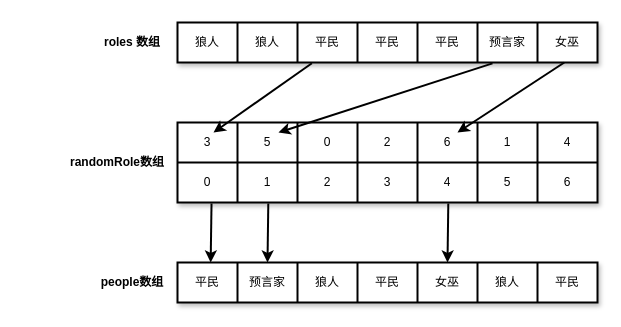
Before: others/wolf-game.drawio in suenchunyu/diagrams, a draw.io diagram. Source tidied: cells renumbered, new cells numbered last; positions are measured from the earlier drawing's top-left corner, leaving out a move shared by most shapes. Both pictures are drawn from the tidied source at 100%, with x=0, y=0 at pixel (67, 22).
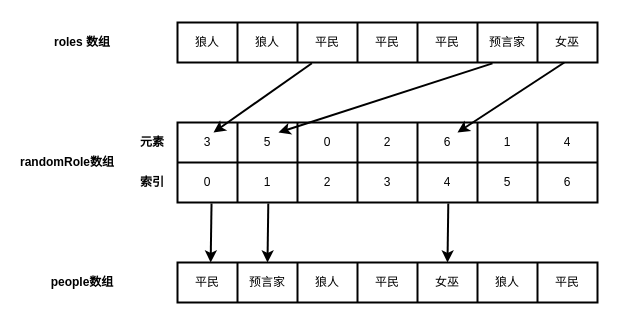
The same diagram, later.

The edit, as a diff of the source:
```diff
@@
-    <mxCell id="2" value="roles 数组" style="text;html=1;strokeColor=none;align=center;verticalAlign=middle;whiteSpace=wrap;rounded=0;strokeWidth=2;shadow=1;fontStyle=1;" parent="1" vertex="1">
-      <mxGeometry x="30" y="10" width="70" height="20" as="geometry" />
+    <mxCell id="2" value="roles 数组" style="text;html=1;strokeColor=none;align=center;verticalAlign=middle;whiteSpace=wrap;rounded=0;strokeWidth=2;shadow=0;fontStyle=1;" parent="1" vertex="1">
+      <mxGeometry x="-20" y="10" width="70" height="20" as="geometry" />
     </mxCell>
-    <mxCell id="3" style="shape=table;html=1;whiteSpace=wrap;startSize=0;childLayout=tableLayout;strokeWidth=2;shadow=1;" parent="1" vertex="1">
+    <mxCell id="3" style="shape=table;html=1;whiteSpace=wrap;startSize=0;childLayout=tableLayout;strokeWidth=2;shadow=0;" parent="1" vertex="1">
       <mxGeometry x="110" width="420" height="40" as="geometry" />
     </mxCell>
-    <mxCell id="4" style="shape=partialRectangle;html=1;whiteSpace=wrap;fillColor=none;top=0;left=0;bottom=0;right=0;points=[[0,0.5],[1,0.5]];portConstraint=eastwest;strokeWidth=2;shadow=1;" parent="3" vertex="1">
+    <mxCell id="4" style="shape=partialRectangle;html=1;whiteSpace=wrap;fillColor=none;top=0;left=0;bottom=0;right=0;points=[[0,0.5],[1,0.5]];portConstraint=eastwest;strokeWidth=2;shadow=0;" parent="3" vertex="1">
       <mxGeometry width="420" height="40" as="geometry" />
     </mxCell>
-    <mxCell id="5" value="狼人" style="shape=partialRectangle;html=1;whiteSpace=wrap;fillColor=none;top=0;left=0;bottom=0;right=0;overflow=hidden;strokeWidth=2;shadow=1;" parent="4" vertex="1">
+    <mxCell id="5" value="狼人" style="shape=partialRectangle;html=1;whiteSpace=wrap;fillColor=none;top=0;left=0;bottom=0;right=0;overflow=hidden;strokeWidth=2;shadow=0;" parent="4" vertex="1">
       <mxGeometry width="60" height="40" as="geometry" />
     </mxCell>
-    <mxCell id="6" value="狼人" style="shape=partialRectangle;html=1;whiteSpace=wrap;fillColor=none;top=0;left=0;bottom=0;right=0;overflow=hidden;strokeWidth=2;shadow=1;" parent="4" vertex="1">
+    <mxCell id="6" value="狼人" style="shape=partialRectangle;html=1;whiteSpace=wrap;fillColor=none;top=0;left=0;bottom=0;right=0;overflow=hidden;strokeWidth=2;shadow=0;" parent="4" vertex="1">
       <mxGeometry x="60" width="60" height="40" as="geometry" />
     </mxCell>
-    <mxCell id="7" value="平民" style="shape=partialRectangle;html=1;whiteSpace=wrap;fillColor=none;top=0;left=0;bottom=0;right=0;overflow=hidden;strokeWidth=2;shadow=1;" parent="4" vertex="1">
+    <mxCell id="7" value="平民" style="shape=partialRectangle;html=1;whiteSpace=wrap;fillColor=none;top=0;left=0;bottom=0;right=0;overflow=hidden;strokeWidth=2;shadow=0;" parent="4" vertex="1">
       <mxGeometry x="120" width="60" height="40" as="geometry" />
     </mxCell>
-    <mxCell id="8" value="平民" style="shape=partialRectangle;html=1;whiteSpace=wrap;fillColor=none;top=0;left=0;bottom=0;right=0;overflow=hidden;strokeWidth=2;shadow=1;" parent="4" vertex="1">
+    <mxCell id="8" value="平民" style="shape=partialRectangle;html=1;whiteSpace=wrap;fillColor=none;top=0;left=0;bottom=0;right=0;overflow=hidden;strokeWidth=2;shadow=0;" parent="4" vertex="1">
       <mxGeometry x="180" width="60" height="40" as="geometry" />
     </mxCell>
-    <mxCell id="9" value="平民" style="shape=partialRectangle;html=1;whiteSpace=wrap;fillColor=none;top=0;left=0;bottom=0;right=0;overflow=hidden;strokeWidth=2;shadow=1;" parent="4" vertex="1">
+    <mxCell id="9" value="平民" style="shape=partialRectangle;html=1;whiteSpace=wrap;fillColor=none;top=0;left=0;bottom=0;right=0;overflow=hidden;strokeWidth=2;shadow=0;" parent="4" vertex="1">
       <mxGeometry x="240" width="60" height="40" as="geometry" />
     </mxCell>
-    <mxCell id="10" value="预言家" style="shape=partialRectangle;html=1;whiteSpace=wrap;fillColor=none;top=0;left=0;bottom=0;right=0;overflow=hidden;strokeWidth=2;shadow=1;" parent="4" vertex="1">
+    <mxCell id="10" value="预言家" style="shape=partialRectangle;html=1;whiteSpace=wrap;fillColor=none;top=0;left=0;bottom=0;right=0;overflow=hidden;strokeWidth=2;shadow=0;" parent="4" vertex="1">
       <mxGeometry x="300" width="60" height="40" as="geometry" />
     </mxCell>
-    <mxCell id="11" value="女巫" style="shape=partialRectangle;html=1;whiteSpace=wrap;fillColor=none;top=0;left=0;bottom=0;right=0;overflow=hidden;strokeWidth=2;shadow=1;" parent="4" vertex="1">
+    <mxCell id="11" value="女巫" style="shape=partialRectangle;html=1;whiteSpace=wrap;fillColor=none;top=0;left=0;bottom=0;right=0;overflow=hidden;strokeWidth=2;shadow=0;" parent="4" vertex="1">
       <mxGeometry x="360" width="60" height="40" as="geometry" />
     </mxCell>
-    <mxCell id="12" value="randomRole数组" style="text;html=1;strokeColor=none;align=center;verticalAlign=middle;whiteSpace=wrap;rounded=0;strokeWidth=2;shadow=1;fontStyle=1;" parent="1" vertex="1">
-      <mxGeometry y="130" width="100" height="20" as="geometry" />
+    <mxCell id="12" value="randomRole数组" style="text;html=1;strokeColor=none;align=center;verticalAlign=middle;whiteSpace=wrap;rounded=0;strokeWidth=2;shadow=0;fontStyle=1;" parent="1" vertex="1">
+      <mxGeometry x="-50" y="130" width="100" height="20" as="geometry" />
     </mxCell>
-    <mxCell id="13" style="shape=table;html=1;whiteSpace=wrap;startSize=0;childLayout=tableLayout;strokeWidth=2;shadow=1;" parent="1" vertex="1">
+    <mxCell id="13" style="shape=table;html=1;whiteSpace=wrap;startSize=0;childLayout=tableLayout;strokeWidth=2;shadow=0;" parent="1" vertex="1">
       <mxGeometry x="110" y="100" width="420" height="80" as="geometry" />
     </mxCell>
-    <mxCell id="14" style="shape=partialRectangle;html=1;whiteSpace=wrap;fillColor=none;top=0;left=0;bottom=0;right=0;strokeWidth=2;shadow=1;" parent="13" vertex="1">
+    <mxCell id="14" style="shape=partialRectangle;html=1;whiteSpace=wrap;fillColor=none;top=0;left=0;bottom=0;right=0;strokeWidth=2;shadow=0;" parent="13" vertex="1">
       <mxGeometry width="420" height="40" as="geometry" />
     </mxCell>
-    <mxCell id="15" value="3" style="shape=partialRectangle;html=1;whiteSpace=wrap;fillColor=none;top=0;left=0;bottom=0;right=0;overflow=hidden;strokeWidth=2;shadow=1;" parent="14" vertex="1">
+    <mxCell id="15" value="3" style="shape=partialRectangle;html=1;whiteSpace=wrap;fillColor=none;top=0;left=0;bottom=0;right=0;overflow=hidden;strokeWidth=2;shadow=0;" parent="14" vertex="1">
       <mxGeometry width="60" height="40" as="geometry" />
     </mxCell>
-    <mxCell id="16" value="5" style="shape=partialRectangle;html=1;whiteSpace=wrap;fillColor=none;top=0;left=0;bottom=0;right=0;overflow=hidden;strokeWidth=2;shadow=1;" parent="14" vertex="1">
+    <mxCell id="16" value="5" style="shape=partialRectangle;html=1;whiteSpace=wrap;fillColor=none;top=0;left=0;bottom=0;right=0;overflow=hidden;strokeWidth=2;shadow=0;" parent="14" vertex="1">
       <mxGeometry x="60" width="60" height="40" as="geometry" />
     </mxCell>
-    <mxCell id="17" value="0" style="shape=partialRectangle;html=1;whiteSpace=wrap;fillColor=none;top=0;left=0;bottom=0;right=0;overflow=hidden;strokeWidth=2;shadow=1;" parent="14" vertex="1">
+    <mxCell id="17" value="0" style="shape=partialRectangle;html=1;whiteSpace=wrap;fillColor=none;top=0;left=0;bottom=0;right=0;overflow=hidden;strokeWidth=2;shadow=0;" parent="14" vertex="1">
       <mxGeometry x="120" width="60" height="40" as="geometry" />
     </mxCell>
-    <mxCell id="18" value="2" style="shape=partialRectangle;html=1;whiteSpace=wrap;fillColor=none;top=0;left=0;bottom=0;right=0;overflow=hidden;strokeWidth=2;shadow=1;" parent="14" vertex="1">
+    <mxCell id="18" value="2" style="shape=partialRectangle;html=1;whiteSpace=wrap;fillColor=none;top=0;left=0;bottom=0;right=0;overflow=hidden;strokeWidth=2;shadow=0;" parent="14" vertex="1">
       <mxGeometry x="180" width="60" height="40" as="geometry" />
     </mxCell>
-    <mxCell id="19" value="6" style="shape=partialRectangle;html=1;whiteSpace=wrap;fillColor=none;top=0;left=0;bottom=0;right=0;overflow=hidden;strokeWidth=2;shadow=1;" parent="14" vertex="1">
+    <mxCell id="19" value="6" style="shape=partialRectangle;html=1;whiteSpace=wrap;fillColor=none;top=0;left=0;bottom=0;right=0;overflow=hidden;strokeWidth=2;shadow=0;" parent="14" vertex="1">
       <mxGeometry x="240" width="60" height="40" as="geometry" />
     </mxCell>
-    <mxCell id="20" value="1" style="shape=partialRectangle;html=1;whiteSpace=wrap;fillColor=none;top=0;left=0;bottom=0;right=0;overflow=hidden;strokeWidth=2;shadow=1;" parent="14" vertex="1">
+    <mxCell id="20" value="1" style="shape=partialRectangle;html=1;whiteSpace=wrap;fillColor=none;top=0;left=0;bottom=0;right=0;overflow=hidden;strokeWidth=2;shadow=0;" parent="14" vertex="1">
       <mxGeometry x="300" width="60" height="40" as="geometry" />
     </mxCell>
-    <mxCell id="21" value="4" style="shape=partialRectangle;html=1;whiteSpace=wrap;fillColor=none;top=0;left=0;bottom=0;right=0;overflow=hidden;strokeWidth=2;shadow=1;" parent="14" vertex="1">
+    <mxCell id="21" value="4" style="shape=partialRectangle;html=1;whiteSpace=wrap;fillColor=none;top=0;left=0;bottom=0;right=0;overflow=hidden;strokeWidth=2;shadow=0;" parent="14" vertex="1">
       <mxGeometry x="360" width="60" height="40" as="geometry" />
     </mxCell>
-    <mxCell id="22" style="shape=partialRectangle;html=1;whiteSpace=wrap;fillColor=none;top=0;left=0;bottom=0;right=0;points=[[0,0.5],[1,0.5]];portConstraint=eastwest;strokeWidth=2;shadow=1;" parent="13" vertex="1">
+    <mxCell id="22" style="shape=partialRectangle;html=1;whiteSpace=wrap;fillColor=none;top=0;left=0;bottom=0;right=0;points=[[0,0.5],[1,0.5]];portConstraint=eastwest;strokeWidth=2;shadow=0;" parent="13" vertex="1">
       <mxGeometry y="40" width="420" height="40" as="geometry" />
     </mxCell>
-    <mxCell id="23" value="0" style="shape=partialRectangle;html=1;whiteSpace=wrap;fillColor=none;top=0;left=0;bottom=0;right=0;overflow=hidden;strokeWidth=2;shadow=1;" parent="22" vertex="1">
+    <mxCell id="23" value="0" style="shape=partialRectangle;html=1;whiteSpace=wrap;fillColor=none;top=0;left=0;bottom=0;right=0;overflow=hidden;strokeWidth=2;shadow=0;" parent="22" vertex="1">
       <mxGeometry width="60" height="40" as="geometry" />
     </mxCell>
-    <mxCell id="24" value="1" style="shape=partialRectangle;html=1;whiteSpace=wrap;fillColor=none;top=0;left=0;bottom=0;right=0;overflow=hidden;strokeWidth=2;shadow=1;" parent="22" vertex="1">
+    <mxCell id="24" value="1" style="shape=partialRectangle;html=1;whiteSpace=wrap;fillColor=none;top=0;left=0;bottom=0;right=0;overflow=hidden;strokeWidth=2;shadow=0;" parent="22" vertex="1">
       <mxGeometry x="60" width="60" height="40" as="geometry" />
     </mxCell>
-    <mxCell id="25" value="2" style="shape=partialRectangle;html=1;whiteSpace=wrap;fillColor=none;top=0;left=0;bottom=0;right=0;overflow=hidden;strokeWidth=2;shadow=1;" parent="22" vertex="1">
+    <mxCell id="25" value="2" style="shape=partialRectangle;html=1;whiteSpace=wrap;fillColor=none;top=0;left=0;bottom=0;right=0;overflow=hidden;strokeWidth=2;shadow=0;" parent="22" vertex="1">
       <mxGeometry x="120" width="60" height="40" as="geometry" />
     </mxCell>
-    <mxCell id="26" value="3" style="shape=partialRectangle;html=1;whiteSpace=wrap;fillColor=none;top=0;left=0;bottom=0;right=0;overflow=hidden;strokeWidth=2;shadow=1;" parent="22" vertex="1">
+    <mxCell id="26" value="3" style="shape=partialRectangle;html=1;whiteSpace=wrap;fillColor=none;top=0;left=0;bottom=0;right=0;overflow=hidden;strokeWidth=2;shadow=0;" parent="22" vertex="1">
       <mxGeometry x="180" width="60" height="40" as="geometry" />
     </mxCell>
-    <mxCell id="27" value="4" style="shape=partialRectangle;html=1;whiteSpace=wrap;fillColor=none;top=0;left=0;bottom=0;right=0;overflow=hidden;strokeWidth=2;shadow=1;" parent="22" vertex="1">
+    <mxCell id="27" value="4" style="shape=partialRectangle;html=1;whiteSpace=wrap;fillColor=none;top=0;left=0;bottom=0;right=0;overflow=hidden;strokeWidth=2;shadow=0;" parent="22" vertex="1">
       <mxGeometry x="240" width="60" height="40" as="geometry" />
     </mxCell>
-    <mxCell id="28" value="5" style="shape=partialRectangle;html=1;whiteSpace=wrap;fillColor=none;top=0;left=0;bottom=0;right=0;overflow=hidden;strokeWidth=2;shadow=1;" parent="22" vertex="1">
+    <mxCell id="28" value="5" style="shape=partialRectangle;html=1;whiteSpace=wrap;fillColor=none;top=0;left=0;bottom=0;right=0;overflow=hidden;strokeWidth=2;shadow=0;" parent="22" vertex="1">
       <mxGeometry x="300" width="60" height="40" as="geometry" />
     </mxCell>
-    <mxCell id="29" value="6" style="shape=partialRectangle;html=1;whiteSpace=wrap;fillColor=none;top=0;left=0;bottom=0;right=0;overflow=hidden;strokeWidth=2;shadow=1;" parent="22" vertex="1">
+    <mxCell id="29" value="6" style="shape=partialRectangle;html=1;whiteSpace=wrap;fillColor=none;top=0;left=0;bottom=0;right=0;overflow=hidden;strokeWidth=2;shadow=0;" parent="22" vertex="1">
       <mxGeometry x="360" width="60" height="40" as="geometry" />
     </mxCell>
-    <mxCell id="30" style="shape=table;html=1;whiteSpace=wrap;startSize=0;childLayout=tableLayout;strokeWidth=2;shadow=1;" parent="1" vertex="1">
+    <mxCell id="30" style="shape=table;html=1;whiteSpace=wrap;startSize=0;childLayout=tableLayout;strokeWidth=2;shadow=0;" parent="1" vertex="1">
       <mxGeometry x="110" y="240" width="420" height="40" as="geometry" />
     </mxCell>
-    <mxCell id="31" style="shape=partialRectangle;html=1;whiteSpace=wrap;fillColor=none;top=0;left=0;bottom=0;right=0;points=[[0,0.5],[1,0.5]];portConstraint=eastwest;strokeWidth=2;shadow=1;" parent="30" vertex="1">
+    <mxCell id="31" style="shape=partialRectangle;html=1;whiteSpace=wrap;fillColor=none;top=0;left=0;bottom=0;right=0;points=[[0,0.5],[1,0.5]];portConstraint=eastwest;strokeWidth=2;shadow=0;" parent="30" vertex="1">
       <mxGeometry width="420" height="40" as="geometry" />
     </mxCell>
-    <mxCell id="32" value="平民" style="shape=partialRectangle;html=1;whiteSpace=wrap;fillColor=none;top=0;left=0;bottom=0;right=0;overflow=hidden;strokeWidth=2;shadow=1;" parent="31" vertex="1">
+    <mxCell id="32" value="平民" style="shape=partialRectangle;html=1;whiteSpace=wrap;fillColor=none;top=0;left=0;bottom=0;right=0;overflow=hidden;strokeWidth=2;shadow=0;" parent="31" vertex="1">
       <mxGeometry width="60" height="40" as="geometry" />
     </mxCell>
-    <mxCell id="33" value="预言家" style="shape=partialRectangle;html=1;whiteSpace=wrap;fillColor=none;top=0;left=0;bottom=0;right=0;overflow=hidden;strokeWidth=2;shadow=1;" parent="31" vertex="1">
+    <mxCell id="33" value="预言家" style="shape=partialRectangle;html=1;whiteSpace=wrap;fillColor=none;top=0;left=0;bottom=0;right=0;overflow=hidden;strokeWidth=2;shadow=0;" parent="31" vertex="1">
       <mxGeometry x="60" width="60" height="40" as="geometry" />
     </mxCell>
-    <mxCell id="34" value="狼人" style="shape=partialRectangle;html=1;whiteSpace=wrap;fillColor=none;top=0;left=0;bottom=0;right=0;overflow=hidden;strokeWidth=2;shadow=1;" parent="31" vertex="1">
+    <mxCell id="34" value="狼人" style="shape=partialRectangle;html=1;whiteSpace=wrap;fillColor=none;top=0;left=0;bottom=0;right=0;overflow=hidden;strokeWidth=2;shadow=0;" parent="31" vertex="1">
       <mxGeometry x="120" width="60" height="40" as="geometry" />
     </mxCell>
-    <mxCell id="35" value="平民" style="shape=partialRectangle;html=1;whiteSpace=wrap;fillColor=none;top=0;left=0;bottom=0;right=0;overflow=hidden;strokeWidth=2;shadow=1;" parent="31" vertex="1">
+    <mxCell id="35" value="平民" style="shape=partialRectangle;html=1;whiteSpace=wrap;fillColor=none;top=0;left=0;bottom=0;right=0;overflow=hidden;strokeWidth=2;shadow=0;" parent="31" vertex="1">
       <mxGeometry x="180" width="60" height="40" as="geometry" />
     </mxCell>
-    <mxCell id="36" value="女巫" style="shape=partialRectangle;html=1;whiteSpace=wrap;fillColor=none;top=0;left=0;bottom=0;right=0;overflow=hidden;strokeWidth=2;shadow=1;" parent="31" vertex="1">
+    <mxCell id="36" value="女巫" style="shape=partialRectangle;html=1;whiteSpace=wrap;fillColor=none;top=0;left=0;bottom=0;right=0;overflow=hidden;strokeWidth=2;shadow=0;" parent="31" vertex="1">
       <mxGeometry x="240" width="60" height="40" as="geometry" />
     </mxCell>
-    <mxCell id="37" value="狼人" style="shape=partialRectangle;html=1;whiteSpace=wrap;fillColor=none;top=0;left=0;bottom=0;right=0;overflow=hidden;strokeWidth=2;shadow=1;" parent="31" vertex="1">
+    <mxCell id="37" value="狼人" style="shape=partialRectangle;html=1;whiteSpace=wrap;fillColor=none;top=0;left=0;bottom=0;right=0;overflow=hidden;strokeWidth=2;shadow=0;" parent="31" vertex="1">
       <mxGeometry x="300" width="60" height="40" as="geometry" />
     </mxCell>
-    <mxCell id="38" value="平民" style="shape=partialRectangle;html=1;whiteSpace=wrap;fillColor=none;top=0;left=0;bottom=0;right=0;overflow=hidden;strokeWidth=2;shadow=1;" parent="31" vertex="1">
+    <mxCell id="38" value="平民" style="shape=partialRectangle;html=1;whiteSpace=wrap;fillColor=none;top=0;left=0;bottom=0;right=0;overflow=hidden;strokeWidth=2;shadow=0;" parent="31" vertex="1">
       <mxGeometry x="360" width="60" height="40" as="geometry" />
     </mxCell>
-    <mxCell id="39" value="people数组" style="text;html=1;strokeColor=none;align=center;verticalAlign=middle;whiteSpace=wrap;rounded=0;strokeWidth=2;shadow=1;fontStyle=1;" parent="1" vertex="1">
-      <mxGeometry x="30" y="250" width="70" height="20" as="geometry" />
+    <mxCell id="39" value="people数组" style="text;html=1;strokeColor=none;align=center;verticalAlign=middle;whiteSpace=wrap;rounded=0;strokeWidth=2;shadow=0;fontStyle=1;" parent="1" vertex="1">
+      <mxGeometry x="-20" y="250" width="70" height="20" as="geometry" />
     </mxCell>
-    <mxCell id="40" style="endArrow=classic;html=1;strokeWidth=2;exitX=0.32;exitY=1.018;exitDx=0;exitDy=0;exitPerimeter=0;" parent="1" edge="1" source="4">
+    <mxCell id="40" style="endArrow=classic;html=1;strokeWidth=2;exitX=0.32;exitY=1.018;exitDx=0;exitDy=0;exitPerimeter=0;shadow=0;" parent="1" edge="1" source="4">
       <mxGeometry relative="1" as="geometry">
         <mxPoint x="146" y="110" as="targetPoint" />
       </mxGeometry>
     </mxCell>
-    <mxCell id="41" style="endArrow=classic;html=1;strokeWidth=2;exitX=0.75;exitY=1.021;exitDx=0;exitDy=0;exitPerimeter=0;" parent="1" edge="1" source="4">
+    <mxCell id="41" style="endArrow=classic;html=1;strokeWidth=2;exitX=0.75;exitY=1.021;exitDx=0;exitDy=0;exitPerimeter=0;shadow=0;" parent="1" edge="1" source="4">
       <mxGeometry relative="1" as="geometry">
         <mxPoint x="211" y="110" as="targetPoint" />
       </mxGeometry>
     </mxCell>
-    <mxCell id="42" style="endArrow=classic;html=1;strokeWidth=2;exitX=0.921;exitY=1;exitDx=0;exitDy=0;exitPerimeter=0;" parent="1" edge="1" source="4">
+    <mxCell id="42" style="endArrow=classic;html=1;strokeWidth=2;exitX=0.921;exitY=1;exitDx=0;exitDy=0;exitPerimeter=0;shadow=0;" parent="1" edge="1" source="4">
       <mxGeometry relative="1" as="geometry">
         <mxPoint x="390" y="110" as="targetPoint" />
       </mxGeometry>
     </mxCell>
-    <mxCell id="43" style="endArrow=classic;html=1;strokeWidth=2;exitX=0.081;exitY=1.025;exitDx=0;exitDy=0;exitPerimeter=0;entryX=0.079;entryY=0;entryDx=0;entryDy=0;entryPerimeter=0;" parent="1" edge="1" source="22" target="31">
+    <mxCell id="43" style="endArrow=classic;html=1;strokeWidth=2;exitX=0.081;exitY=1.025;exitDx=0;exitDy=0;exitPerimeter=0;entryX=0.079;entryY=0;entryDx=0;entryDy=0;entryPerimeter=0;shadow=0;" parent="1" edge="1" source="22" target="31">
       <mxGeometry relative="1" as="geometry" />
     </mxCell>
-    <mxCell id="44" style="endArrow=classic;html=1;strokeWidth=2;exitX=0.081;exitY=1.025;exitDx=0;exitDy=0;exitPerimeter=0;entryX=0.079;entryY=0;entryDx=0;entryDy=0;entryPerimeter=0;" parent="1" edge="1">
+    <mxCell id="44" style="endArrow=classic;html=1;strokeWidth=2;exitX=0.081;exitY=1.025;exitDx=0;exitDy=0;exitPerimeter=0;entryX=0.079;entryY=0;entryDx=0;entryDy=0;entryPerimeter=0;shadow=0;" parent="1" edge="1">
       <mxGeometry relative="1" as="geometry">
         <mxPoint x="200.8" y="181" as="sourcePoint" />
         <mxPoint x="200" y="240" as="targetPoint" />
       </mxGeometry>
     </mxCell>
-    <mxCell id="45" style="endArrow=classic;html=1;strokeWidth=2;exitX=0.081;exitY=1.025;exitDx=0;exitDy=0;exitPerimeter=0;entryX=0.079;entryY=0;entryDx=0;entryDy=0;entryPerimeter=0;" parent="1" edge="1">
+    <mxCell id="45" style="endArrow=classic;html=1;strokeWidth=2;exitX=0.081;exitY=1.025;exitDx=0;exitDy=0;exitPerimeter=0;entryX=0.079;entryY=0;entryDx=0;entryDy=0;entryPerimeter=0;shadow=0;" parent="1" edge="1">
       <mxGeometry relative="1" as="geometry">
         <mxPoint x="380.8" y="181" as="sourcePoint" />
         <mxPoint x="380" y="240" as="targetPoint" />
       </mxGeometry>
     </mxCell>
+    <mxCell id="46" value="元素" style="text;html=1;strokeColor=none;align=center;verticalAlign=middle;whiteSpace=wrap;rounded=0;strokeWidth=2;shadow=0;fontStyle=1;" parent="1" vertex="1">
+      <mxGeometry x="70" y="110" width="30" height="20" as="geometry" />
+    </mxCell>
+    <mxCell id="47" value="索引" style="text;html=1;strokeColor=none;align=center;verticalAlign=middle;whiteSpace=wrap;rounded=0;strokeWidth=2;shadow=0;fontStyle=1;" parent="1" vertex="1">
+      <mxGeometry x="70" y="150" width="30" height="20" as="geometry" />
+    </mxCell>
```
